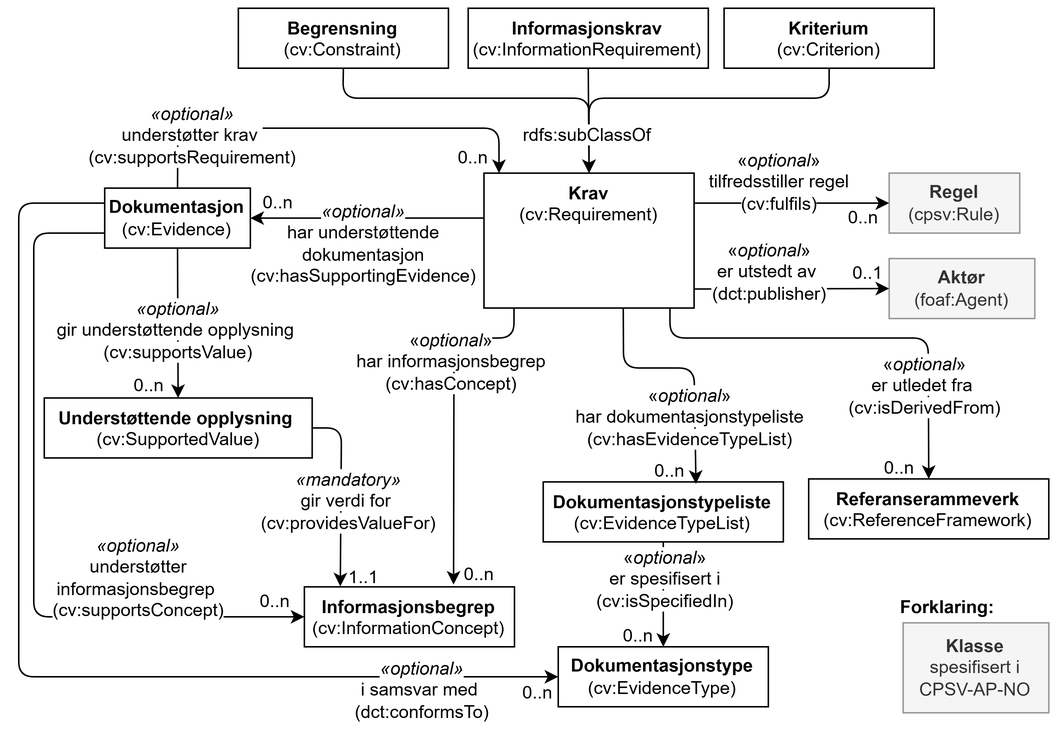
Before: docs/images/CCCEV-AP-NO-klasser.png, a diagram exported from draw.io (Informasjonsforvaltning/cccev-ap-no). Source tidied: cells renumbered, new cells last; positions are measured from the earlier drawing's top-left corner, leaving out a move shared by most shapes.
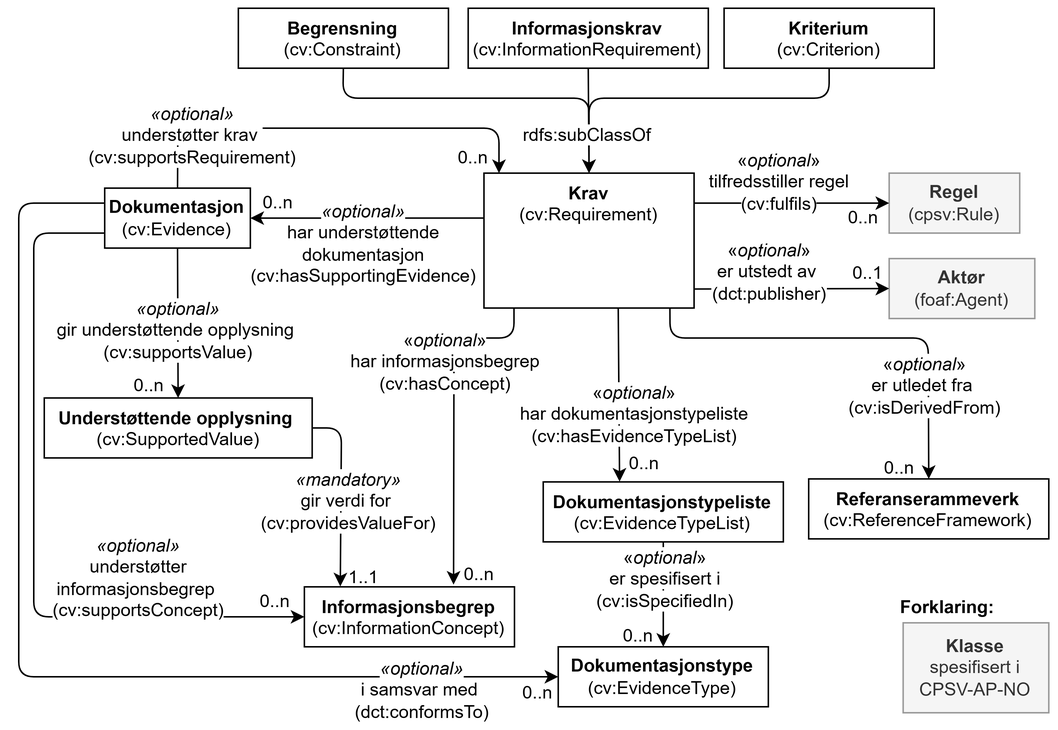
Later version of the same file.

Commit message:
oppdaterer fig.1

The edit, as a diff of the source:
```diff
@@ -58,16 +58,11 @@
         </Array>
       </mxGeometry>
     </mxCell>
-    <mxCell id="18" style="endArrow=classic;html=1;rounded=1;entryX=0.636;entryY=0.033;entryDx=0;entryDy=0;exitX=0.663;exitY=0.996;exitDx=0;exitDy=0;exitPerimeter=0;entryPerimeter=0;curved=0;" parent="1" edge="1" source="2" target="7">
-      <mxGeometry relative="1" as="geometry">
-        <Array as="points">
-          <mxPoint x="403" y="240" />
-          <mxPoint x="450" y="240" />
-        </Array>
-      </mxGeometry>
+    <mxCell id="18" style="endArrow=classic;html=1;rounded=1;exitX=0.639;exitY=1.002;exitDx=0;exitDy=0;exitPerimeter=0;curved=0;entryX=0.318;entryY=-0.005;entryDx=0;entryDy=0;entryPerimeter=0;" parent="1" edge="1" source="2" target="7">
+      <mxGeometry relative="1" as="geometry" />
     </mxCell>
     <mxCell id="19" value="&lt;span style=&quot;background-color: rgb(255, 255, 255);&quot;&gt;«&lt;i style=&quot;&quot;&gt;optional&lt;/i&gt;»&lt;br&gt;&amp;nbsp;har informasjonsbegrep&amp;nbsp;&lt;br&gt;(cv:hasConcept)&lt;/span&gt;" style="text;html=1;strokeColor=none;fillColor=none;align=center;verticalAlign=middle;whiteSpace=wrap;rounded=0;" parent="1" vertex="1">
-      <mxGeometry x="214.3" y="210" width="149" height="52" as="geometry" />
+      <mxGeometry x="210.4" y="210" width="149" height="52" as="geometry" />
     </mxCell>
     <mxCell id="20" style="endArrow=classic;html=1;rounded=1;exitX=0.885;exitY=1.003;exitDx=0;exitDy=0;entryX=0.5;entryY=0;entryDx=0;entryDy=0;exitPerimeter=0;curved=0;" parent="1" edge="1" source="2" target="8">
       <mxGeometry relative="1" as="geometry">
@@ -84,7 +79,7 @@
       <mxGeometry x="290.3" y="368" width="34" height="20" as="geometry" />
     </mxCell>
     <mxCell id="23" value="0..n" style="text;html=1;strokeColor=none;fillColor=none;align=center;verticalAlign=middle;whiteSpace=wrap;rounded=0;" parent="1" vertex="1">
-      <mxGeometry x="417" y="299" width="34" height="20" as="geometry" />
+      <mxGeometry x="400" y="294" width="34" height="20" as="geometry" />
     </mxCell>
     <mxCell id="24" value="0..n" style="text;html=1;strokeColor=none;fillColor=none;align=center;verticalAlign=middle;whiteSpace=wrap;rounded=0;" parent="1" vertex="1">
       <mxGeometry x="570" y="297" width="34" height="20" as="geometry" />
@@ -214,7 +209,7 @@
       <mxGeometry x="329.3" y="447" width="34" height="20" as="geometry" />
     </mxCell>
     <mxCell id="56" value="&lt;span style=&quot;background-color: rgb(255, 255, 255);&quot;&gt;&amp;nbsp;«&lt;i style=&quot;&quot;&gt;optional&lt;/i&gt;»&amp;nbsp;&lt;br&gt;&amp;nbsp;har dokumentasjonstypeliste&amp;nbsp;&lt;br&gt;(cv:hasEvidenceTypeList)&lt;/span&gt;" style="text;html=1;strokeColor=none;fillColor=none;align=center;verticalAlign=middle;whiteSpace=wrap;rounded=0;" parent="1" vertex="1">
-      <mxGeometry x="359.5" y="247" width="177.3" height="52" as="geometry" />
+      <mxGeometry x="322.2" y="245" width="177.3" height="52" as="geometry" />
     </mxCell>
   </root>
 </mxGraphModel>
```
